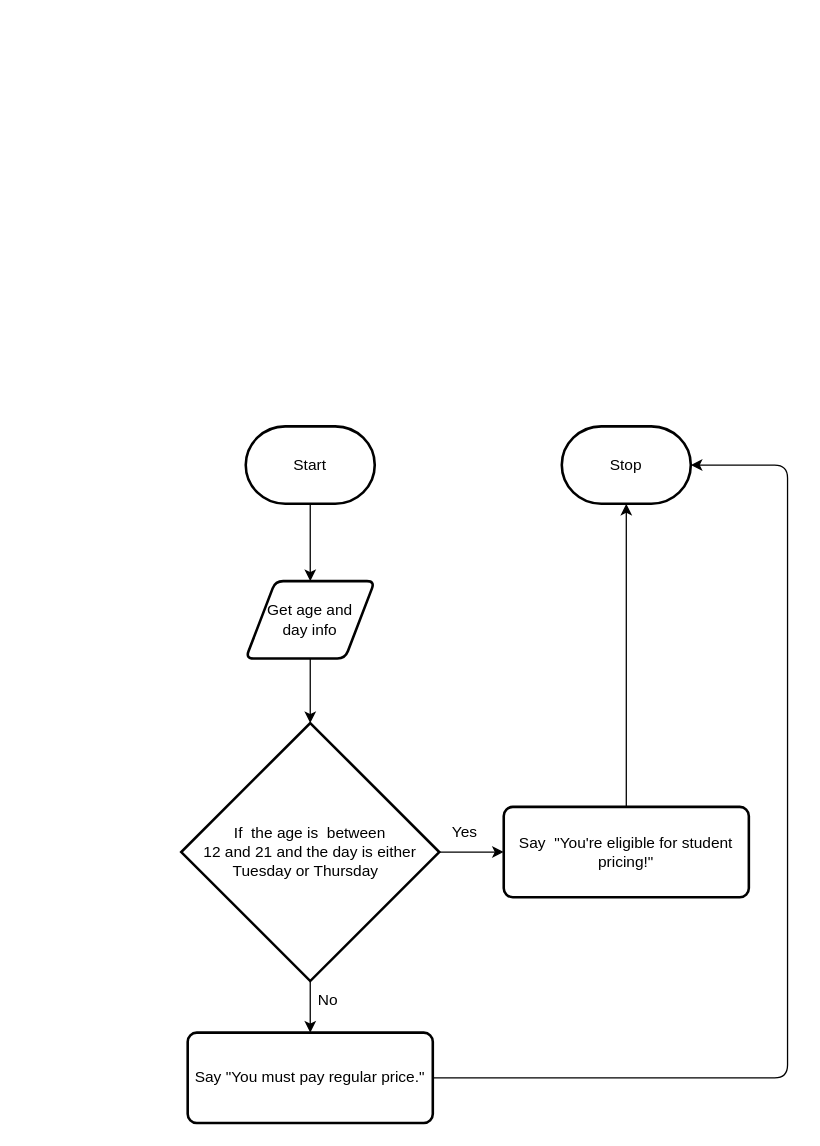
MT-Aiden/ICS2O-Unit-5-04-HTML keeps this draw.io diagram as flowchart.drawio. Above is the earlier version. Source tidied: cells renumbered, new cells numbered last; positions are measured from the earlier drawing's top-left corner, leaving out a move shared by most shapes. Both pictures are drawn from the tidied source at 129%, with x=0, y=0 at pixel (181, 426).
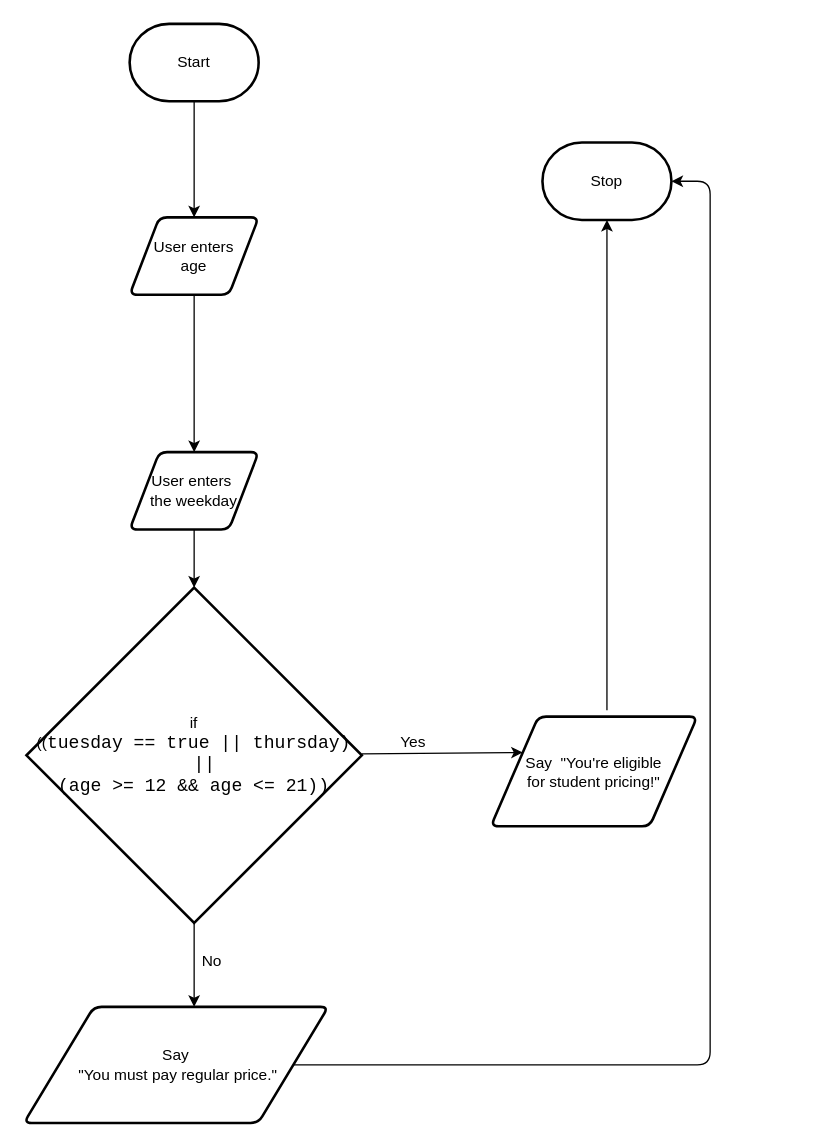
The same page after the edit.

Change to the diagram source:
```diff
@@
-    <mxCell id="2" style="edgeStyle=none;html=1;entryX=0.5;entryY=0;entryDx=0;entryDy=0;" parent="1" edge="1" source="3" target="6">
+    <mxCell id="2" style="edgeStyle=none;html=1;entryX=0.5;entryY=0;entryDx=0;entryDy=0;" parent="1" edge="1" source="3" target="17">
       <mxGeometry relative="1" as="geometry" />
     </mxCell>
     <mxCell id="3" value="Start" style="strokeWidth=2;html=1;shape=mxgraph.flowchart.terminator;whiteSpace=wrap;" parent="1" vertex="1">
-      <mxGeometry x="50" width="100" height="60" as="geometry" />
+      <mxGeometry x="-40" y="-312" width="100" height="60" as="geometry" />
     </mxCell>
     <mxCell id="4" value="Stop" style="strokeWidth=2;html=1;shape=mxgraph.flowchart.terminator;whiteSpace=wrap;" parent="1" vertex="1">
-      <mxGeometry x="295" width="100" height="60" as="geometry" />
+      <mxGeometry x="280" y="-220" width="100" height="60" as="geometry" />
     </mxCell>
@@
-    <mxCell id="6" value="Get age and &lt;br&gt;day info" style="shape=parallelogram;html=1;strokeWidth=2;perimeter=parallelogramPerimeter;whiteSpace=wrap;rounded=1;arcSize=12;size=0.23;" parent="1" vertex="1">
-      <mxGeometry x="50" y="120" width="100" height="60" as="geometry" />
+    <mxCell id="6" value="User enters&amp;nbsp;&lt;br&gt;the weekday" style="shape=parallelogram;html=1;strokeWidth=2;perimeter=parallelogramPerimeter;whiteSpace=wrap;rounded=1;arcSize=12;size=0.23;" parent="1" vertex="1">
+      <mxGeometry x="-40" y="20" width="100" height="60" as="geometry" />
     </mxCell>
-    <mxCell id="7" style="edgeStyle=none;html=1;entryX=0.5;entryY=0;entryDx=0;entryDy=0;" parent="1" edge="1" source="9" target="11">
-      <mxGeometry relative="1" as="geometry" />
+    <mxCell id="7" style="edgeStyle=none;html=1;entryX=0.5;entryY=0;entryDx=0;entryDy=0;" parent="1" edge="1" source="9">
+      <mxGeometry relative="1" as="geometry">
+        <mxPoint x="10" y="450" as="targetPoint" />
+      </mxGeometry>
     </mxCell>
-    <mxCell id="8" style="edgeStyle=none;html=1;entryX=0;entryY=0.5;entryDx=0;entryDy=0;" parent="1" edge="1" source="9" target="13">
+    <mxCell id="8" style="edgeStyle=none;html=1;entryX=0;entryY=0.25;entryDx=0;entryDy=0;" parent="1" edge="1" source="9" target="13">
       <mxGeometry relative="1" as="geometry" />
     </mxCell>
-    <mxCell id="9" value="If&amp;nbsp; the age is&amp;nbsp; between&lt;br&gt;12 and 21 and the day is either&lt;br&gt;Tuesday or Thursday&amp;nbsp;&amp;nbsp;" style="strokeWidth=2;html=1;shape=mxgraph.flowchart.decision;whiteSpace=wrap;" parent="1" vertex="1">
-      <mxGeometry y="230" width="200" height="200" as="geometry" />
+    <mxCell id="9" value="if&lt;br&gt;((&lt;span style=&quot;font-family: &amp;#34;consolas&amp;#34; , &amp;#34;courier new&amp;#34; , monospace ; font-size: 14px&quot;&gt;tuesday&amp;nbsp;&lt;/span&gt;&lt;span style=&quot;font-family: &amp;#34;consolas&amp;#34; , &amp;#34;courier new&amp;#34; , monospace ; font-size: 14px&quot;&gt;==&lt;/span&gt;&lt;span style=&quot;font-family: &amp;#34;consolas&amp;#34; , &amp;#34;courier new&amp;#34; , monospace ; font-size: 14px&quot;&gt;&amp;nbsp;&lt;/span&gt;&lt;span style=&quot;font-family: &amp;#34;consolas&amp;#34; , &amp;#34;courier new&amp;#34; , monospace ; font-size: 14px&quot;&gt;true&lt;/span&gt;&lt;span style=&quot;font-family: &amp;#34;consolas&amp;#34; , &amp;#34;courier new&amp;#34; , monospace ; font-size: 14px&quot;&gt;&amp;nbsp;&lt;/span&gt;&lt;span style=&quot;font-family: &amp;#34;consolas&amp;#34; , &amp;#34;courier new&amp;#34; , monospace ; font-size: 14px&quot;&gt;||&lt;/span&gt;&lt;span style=&quot;font-family: &amp;#34;consolas&amp;#34; , &amp;#34;courier new&amp;#34; , monospace ; font-size: 14px&quot;&gt;&amp;nbsp;thursday)&lt;br&gt;&amp;nbsp;&amp;nbsp;&lt;/span&gt;&lt;span style=&quot;font-family: &amp;#34;consolas&amp;#34; , &amp;#34;courier new&amp;#34; , monospace ; font-size: 14px&quot;&gt;||&lt;/span&gt;&lt;span style=&quot;font-family: &amp;#34;consolas&amp;#34; , &amp;#34;courier new&amp;#34; , monospace ; font-size: 14px&quot;&gt;&lt;br&gt;(age&amp;nbsp;&lt;/span&gt;&lt;span style=&quot;font-family: &amp;#34;consolas&amp;#34; , &amp;#34;courier new&amp;#34; , monospace ; font-size: 14px&quot;&gt;&amp;gt;=&lt;/span&gt;&lt;span style=&quot;font-family: &amp;#34;consolas&amp;#34; , &amp;#34;courier new&amp;#34; , monospace ; font-size: 14px&quot;&gt;&amp;nbsp;&lt;/span&gt;&lt;span style=&quot;font-family: &amp;#34;consolas&amp;#34; , &amp;#34;courier new&amp;#34; , monospace ; font-size: 14px&quot;&gt;12&lt;/span&gt;&lt;span style=&quot;font-family: &amp;#34;consolas&amp;#34; , &amp;#34;courier new&amp;#34; , monospace ; font-size: 14px&quot;&gt;&amp;nbsp;&lt;/span&gt;&lt;span style=&quot;font-family: &amp;#34;consolas&amp;#34; , &amp;#34;courier new&amp;#34; , monospace ; font-size: 14px&quot;&gt;&amp;amp;&amp;amp;&lt;/span&gt;&lt;span style=&quot;font-family: &amp;#34;consolas&amp;#34; , &amp;#34;courier new&amp;#34; , monospace ; font-size: 14px&quot;&gt;&amp;nbsp;age&amp;nbsp;&lt;/span&gt;&lt;span style=&quot;font-family: &amp;#34;consolas&amp;#34; , &amp;#34;courier new&amp;#34; , monospace ; font-size: 14px&quot;&gt;&amp;lt;=&lt;/span&gt;&lt;span style=&quot;font-family: &amp;#34;consolas&amp;#34; , &amp;#34;courier new&amp;#34; , monospace ; font-size: 14px&quot;&gt;&amp;nbsp;&lt;/span&gt;&lt;span style=&quot;font-family: &amp;#34;consolas&amp;#34; , &amp;#34;courier new&amp;#34; , monospace ; font-size: 14px&quot;&gt;21&lt;/span&gt;&lt;span style=&quot;font-family: &amp;#34;consolas&amp;#34; , &amp;#34;courier new&amp;#34; , monospace ; font-size: 14px&quot;&gt;))&lt;/span&gt;" style="strokeWidth=2;html=1;shape=mxgraph.flowchart.decision;whiteSpace=wrap;" parent="1" vertex="1">
+      <mxGeometry x="-120" y="125" width="260" height="260" as="geometry" />
     </mxCell>
+    <mxCell id="12" style="edgeStyle=none;html=1;entryX=0.5;entryY=1;entryDx=0;entryDy=0;entryPerimeter=0;" parent="1" edge="1" target="4">
+      <mxGeometry relative="1" as="geometry">
+        <mxPoint x="330" y="220" as="sourcePoint" />
+      </mxGeometry>
+    </mxCell>
+    <mxCell id="14" value="Yes" style="text;html=1;strokeColor=none;fillColor=none;align=center;verticalAlign=middle;whiteSpace=wrap;rounded=0;" parent="1" vertex="1">
+      <mxGeometry x="150" y="230" width="60" height="30" as="geometry" />
+    </mxCell>
+    <mxCell id="15" value="No" style="text;html=1;strokeColor=none;fillColor=none;align=center;verticalAlign=middle;whiteSpace=wrap;rounded=0;" parent="1" vertex="1">
+      <mxGeometry x="-6" y="400" width="60" height="30" as="geometry" />
+    </mxCell>
+    <mxCell id="16" style="edgeStyle=none;html=1;entryX=0.5;entryY=0;entryDx=0;entryDy=0;" parent="1" edge="1" source="17" target="6">
+      <mxGeometry relative="1" as="geometry" />
+    </mxCell>
+    <mxCell id="17" value="User enters&lt;br&gt;age" style="shape=parallelogram;html=1;strokeWidth=2;perimeter=parallelogramPerimeter;whiteSpace=wrap;rounded=1;arcSize=12;size=0.23;" parent="1" vertex="1">
+      <mxGeometry x="-40" y="-162" width="100" height="60" as="geometry" />
+    </mxCell>
+    <mxCell id="13" value="&lt;font color=&quot;#000000&quot;&gt;Say&amp;nbsp;&amp;nbsp;&quot;You're eligible &lt;br&gt;for student pricing!&quot;&lt;/font&gt;" style="shape=parallelogram;html=1;strokeWidth=2;perimeter=parallelogramPerimeter;whiteSpace=wrap;rounded=1;arcSize=12;size=0.23;labelBackgroundColor=none;fontColor=#FFFFFF;" parent="1" vertex="1">
+      <mxGeometry x="240" y="225" width="160" height="85" as="geometry" />
+    </mxCell>
-    <mxCell id="10" style="edgeStyle=none;html=1;entryX=1;entryY=0.5;entryDx=0;entryDy=0;entryPerimeter=0;" parent="1" edge="1" source="11" target="4">
+    <mxCell id="10" style="edgeStyle=none;html=1;fontColor=#FFFFFF;entryX=1;entryY=0.5;entryDx=0;entryDy=0;entryPerimeter=0;" parent="1" edge="1" source="11" target="4">
       <mxGeometry relative="1" as="geometry">
         <Array as="points">
-          <mxPoint x="470" y="505" />
-          <mxPoint x="470" y="30" />
+          <mxPoint x="410" y="495" />
+          <mxPoint x="410" y="-190" />
         </Array>
       </mxGeometry>
     </mxCell>
-    <mxCell id="11" value="Say &quot;You must pay regular price.&quot;" style="rounded=1;whiteSpace=wrap;html=1;absoluteArcSize=1;arcSize=14;strokeWidth=2;" parent="1" vertex="1">
-      <mxGeometry x="5" y="470" width="190" height="70" as="geometry" />
+    <mxCell id="11" value="&lt;font color=&quot;#000000&quot;&gt;Say&lt;br&gt;&amp;nbsp;&quot;You must pay regular price.&quot;&lt;/font&gt;" style="shape=parallelogram;html=1;strokeWidth=2;perimeter=parallelogramPerimeter;whiteSpace=wrap;rounded=1;arcSize=12;size=0.23;labelBackgroundColor=none;fontColor=#FFFFFF;" parent="1" vertex="1">
+      <mxGeometry x="-122" y="450" width="236" height="90" as="geometry" />
     </mxCell>
-    <mxCell id="12" style="edgeStyle=none;html=1;" parent="1" edge="1" source="13">
-      <mxGeometry relative="1" as="geometry">
-        <mxPoint x="345" y="60" as="targetPoint" />
-      </mxGeometry>
-    </mxCell>
-    <mxCell id="13" value="Say&amp;nbsp;&amp;nbsp;&quot;You're eligible for student pricing!&quot;" style="rounded=1;whiteSpace=wrap;html=1;absoluteArcSize=1;arcSize=14;strokeWidth=2;" parent="1" vertex="1">
-      <mxGeometry x="250" y="295" width="190" height="70" as="geometry" />
-    </mxCell>
-    <mxCell id="14" value="Yes" style="text;html=1;strokeColor=none;fillColor=none;align=center;verticalAlign=middle;whiteSpace=wrap;rounded=0;" parent="1" vertex="1">
-      <mxGeometry x="190" y="300" width="60" height="30" as="geometry" />
-    </mxCell>
-    <mxCell id="15" value="No" style="text;html=1;strokeColor=none;fillColor=none;align=center;verticalAlign=middle;whiteSpace=wrap;rounded=0;" parent="1" vertex="1">
-      <mxGeometry x="84" y="430" width="60" height="30" as="geometry" />
-    </mxCell>
```
